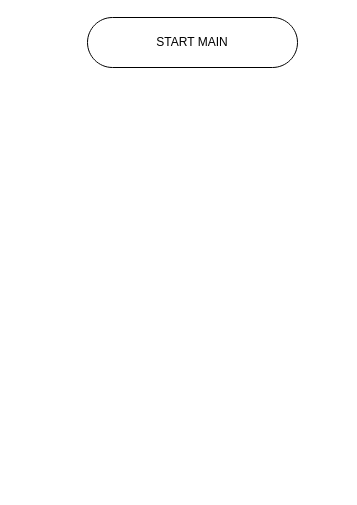
Above: doc/Untitled Diagram.drawio in RedjaderCode/redjader (draw.io), before the change. Source tidied: cells renumbered, new cells numbered last; positions are measured from the earlier drawing's top-left corner, leaving out a move shared by most shapes. Both pictures are drawn from the tidied source at 100%, with x=0, y=0 at pixel (87, 17).
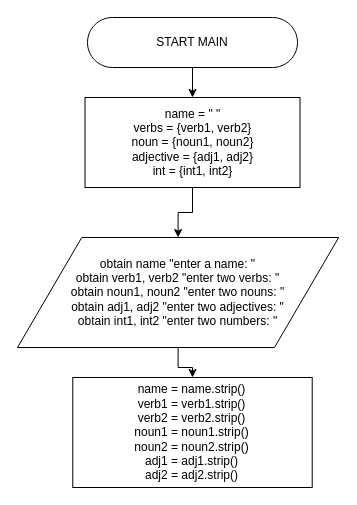
The same diagram, later.

Change to the diagram source:
```diff
@@
 <mxGraphModel>
   <root>
     <mxCell id="0" />
     <mxCell id="1" parent="0" />
+    <mxCell id="3" style="edgeStyle=orthogonalEdgeStyle;rounded=0;jettySize=auto;html=1;" parent="1" edge="1" source="2" target="5">
+      <mxGeometry relative="1" as="geometry" />
+    </mxCell>
     <mxCell id="2" value="START MAIN" style="html=1;dashed=0;whiteSpace=wrap;shape=mxgraph.dfd.start;" parent="1" vertex="1">
       <mxGeometry width="210" height="50" as="geometry" />
     </mxCell>
+    <mxCell id="4" style="edgeStyle=orthogonalEdgeStyle;rounded=0;jettySize=auto;html=1;" parent="1" edge="1" source="5" target="7">
+      <mxGeometry relative="1" as="geometry" />
+    </mxCell>
+    <mxCell id="5" value="name = &quot; &quot;&lt;div&gt;verbs = {verb1, verb2}&lt;/div&gt;&lt;div&gt;noun = {noun1, noun2}&lt;/div&gt;&lt;div&gt;adjective = {adj1, adj2}&lt;/div&gt;&lt;div&gt;int = {int1, int2}&lt;/div&gt;" style="html=1;dashed=0;whiteSpace=wrap;" parent="1" vertex="1">
+      <mxGeometry x="-2.5" y="80" width="215" height="90" as="geometry" />
+    </mxCell>
+    <mxCell id="6" style="edgeStyle=orthogonalEdgeStyle;rounded=0;jettySize=auto;html=1;" parent="1" edge="1" source="7" target="8">
+      <mxGeometry relative="1" as="geometry" />
+    </mxCell>
+    <mxCell id="7" value="obtain name &quot;enter a name: &quot;&lt;div&gt;obtain verb1, verb2 &quot;enter two verbs: &quot;&lt;/div&gt;&lt;div&gt;obtain noun1, noun2 &quot;enter two nouns: &quot;&lt;/div&gt;&lt;div&gt;obtain adj1, adj2 &quot;enter two adjectives: &quot;&lt;/div&gt;&lt;div&gt;obtain int1, int2 &quot;enter two numbers: &quot;&lt;/div&gt;" style="shape=parallelogram;perimeter=parallelogramPerimeter;whiteSpace=wrap;html=1;dashed=0;" parent="1" vertex="1">
+      <mxGeometry x="-70" y="220" width="321.2" height="110" as="geometry" />
+    </mxCell>
+    <mxCell id="8" value="name = name.strip()&lt;div&gt;verb1 = verb1.strip()&lt;/div&gt;&lt;div&gt;verb2 = verb2.strip()&lt;/div&gt;&lt;div&gt;noun1 = noun1.strip()&lt;/div&gt;&lt;div&gt;noun2 = noun2&lt;span style=&quot;background-color: initial;&quot;&gt;.strip()&lt;/span&gt;&lt;/div&gt;&lt;div&gt;&lt;span style=&quot;background-color: initial;&quot;&gt;adj1 = adj1&lt;/span&gt;&lt;span style=&quot;background-color: initial;&quot;&gt;.strip()&lt;/span&gt;&lt;/div&gt;&lt;div&gt;&lt;span style=&quot;background-color: initial;&quot;&gt;adj2 = adj2&lt;/span&gt;&lt;span style=&quot;background-color: initial;&quot;&gt;.strip()&lt;/span&gt;&lt;/div&gt;" style="html=1;dashed=0;whiteSpace=wrap;" parent="1" vertex="1">
+      <mxGeometry x="-14.7" y="360" width="239.4" height="110" as="geometry" />
+    </mxCell>
   </root>
 </mxGraphModel>
```
